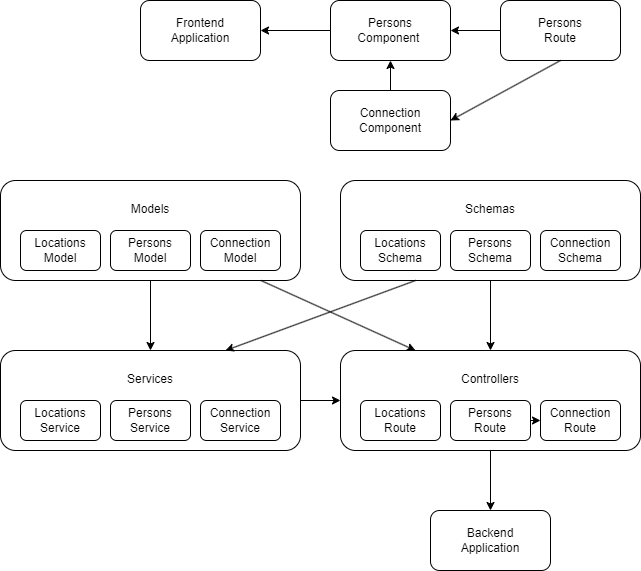
Earlier version of the draw.io export UdaConnect/DependencyGraph.png (ElenaKutanov/DataEngineerForAIApplications). Source tidied: cells renumbered, new cells last; positions are measured from the earlier drawing's top-left corner, leaving out a move shared by most shapes. The source it was exported from:
```xml
<mxGraphModel>
  <root>
    <mxCell id="0" />
    <mxCell id="1" parent="0" />
    <mxCell id="2" value="Models&lt;br&gt;&lt;br&gt;&lt;br&gt;&lt;br&gt;" style="rounded=1;whiteSpace=wrap;html=1;" parent="1" vertex="1">
      <mxGeometry y="180" width="300" height="100" as="geometry" />
    </mxCell>
    <mxCell id="3" value="Persons&lt;br&gt;Route" style="rounded=1;whiteSpace=wrap;html=1;" parent="1" vertex="1">
      <mxGeometry x="500" width="120" height="60" as="geometry" />
    </mxCell>
    <mxCell id="4" value="Persons&lt;br&gt;Component&amp;nbsp;" style="rounded=1;whiteSpace=wrap;html=1;" parent="1" vertex="1">
      <mxGeometry x="330" width="120" height="60" as="geometry" />
    </mxCell>
    <mxCell id="5" value="Connection&lt;br&gt;Component" style="rounded=1;whiteSpace=wrap;html=1;" parent="1" vertex="1">
      <mxGeometry x="330" y="90" width="120" height="60" as="geometry" />
    </mxCell>
    <mxCell id="6" value="Frontend&lt;br&gt;Application" style="rounded=1;whiteSpace=wrap;html=1;" parent="1" vertex="1">
      <mxGeometry x="140" width="120" height="60" as="geometry" />
    </mxCell>
    <mxCell id="7" style="endArrow=classic;html=1;rounded=0;exitX=0;exitY=0.5;exitDx=0;exitDy=0;entryX=1;entryY=0.5;entryDx=0;entryDy=0;" parent="1" edge="1" source="3" target="4">
      <mxGeometry relative="1" as="geometry" />
    </mxCell>
    <mxCell id="8" style="endArrow=classic;html=1;rounded=0;exitX=0.5;exitY=1;exitDx=0;exitDy=0;entryX=1;entryY=0.5;entryDx=0;entryDy=0;" parent="1" edge="1" source="3" target="5">
      <mxGeometry relative="1" as="geometry" />
    </mxCell>
    <mxCell id="9" style="endArrow=classic;html=1;rounded=0;" parent="1" edge="1" source="5">
      <mxGeometry relative="1" as="geometry">
        <mxPoint x="390" y="60" as="targetPoint" />
      </mxGeometry>
    </mxCell>
    <mxCell id="10" style="endArrow=classic;html=1;rounded=0;exitX=0;exitY=0.5;exitDx=0;exitDy=0;entryX=1;entryY=0.5;entryDx=0;entryDy=0;" parent="1" edge="1" source="4" target="6">
      <mxGeometry relative="1" as="geometry" />
    </mxCell>
    <mxCell id="11" value="Locations&lt;br&gt;Model" style="rounded=1;whiteSpace=wrap;html=1;" parent="1" vertex="1">
      <mxGeometry x="20" y="230" width="80" height="40" as="geometry" />
    </mxCell>
    <mxCell id="12" value="Persons&lt;br&gt;Model" style="rounded=1;whiteSpace=wrap;html=1;" parent="1" vertex="1">
      <mxGeometry x="110" y="230" width="80" height="40" as="geometry" />
    </mxCell>
    <mxCell id="13" value="Connection&lt;br&gt;Model" style="rounded=1;whiteSpace=wrap;html=1;" parent="1" vertex="1">
      <mxGeometry x="200" y="230" width="80" height="40" as="geometry" />
    </mxCell>
    <mxCell id="14" value="Schemas&lt;br&gt;&lt;br&gt;&lt;br&gt;&lt;br&gt;" style="rounded=1;whiteSpace=wrap;html=1;" parent="1" vertex="1">
      <mxGeometry x="340" y="180" width="300" height="100" as="geometry" />
    </mxCell>
    <mxCell id="15" value="Locations&lt;br&gt;Schema" style="rounded=1;whiteSpace=wrap;html=1;" parent="1" vertex="1">
      <mxGeometry x="360" y="230" width="80" height="40" as="geometry" />
    </mxCell>
    <mxCell id="16" value="Persons&lt;br&gt;Schema" style="rounded=1;whiteSpace=wrap;html=1;" parent="1" vertex="1">
      <mxGeometry x="450" y="230" width="80" height="40" as="geometry" />
    </mxCell>
    <mxCell id="17" value="Connection&lt;br&gt;Schema" style="rounded=1;whiteSpace=wrap;html=1;" parent="1" vertex="1">
      <mxGeometry x="540" y="230" width="80" height="40" as="geometry" />
    </mxCell>
    <mxCell id="18" value="Services&lt;br&gt;&lt;br&gt;&lt;br&gt;&lt;br&gt;" style="rounded=1;whiteSpace=wrap;html=1;" parent="1" vertex="1">
      <mxGeometry y="350" width="300" height="100" as="geometry" />
    </mxCell>
    <mxCell id="19" value="Locations&lt;br&gt;Service" style="rounded=1;whiteSpace=wrap;html=1;" parent="1" vertex="1">
      <mxGeometry x="20" y="400" width="80" height="40" as="geometry" />
    </mxCell>
    <mxCell id="20" value="Persons&lt;br&gt;Service" style="rounded=1;whiteSpace=wrap;html=1;" parent="1" vertex="1">
      <mxGeometry x="110" y="400" width="80" height="40" as="geometry" />
    </mxCell>
    <mxCell id="21" value="Connection&lt;br&gt;Service" style="rounded=1;whiteSpace=wrap;html=1;" parent="1" vertex="1">
      <mxGeometry x="200" y="400" width="80" height="40" as="geometry" />
    </mxCell>
    <mxCell id="22" style="endArrow=classic;html=1;rounded=0;entryX=0.5;entryY=0;entryDx=0;entryDy=0;exitX=0.5;exitY=1;exitDx=0;exitDy=0;" parent="1" edge="1" source="2" target="18">
      <mxGeometry relative="1" as="geometry" />
    </mxCell>
    <mxCell id="23" style="endArrow=classic;html=1;rounded=0;entryX=0.75;entryY=0;entryDx=0;entryDy=0;exitX=0.25;exitY=1;exitDx=0;exitDy=0;" parent="1" edge="1" source="14" target="18">
      <mxGeometry relative="1" as="geometry" />
    </mxCell>
    <mxCell id="24" value="Controllers&lt;br&gt;&lt;br&gt;&lt;br&gt;&lt;br&gt;" style="rounded=1;whiteSpace=wrap;html=1;" parent="1" vertex="1">
      <mxGeometry x="340" y="350" width="300" height="100" as="geometry" />
    </mxCell>
    <mxCell id="25" value="Locations&lt;br&gt;Route" style="rounded=1;whiteSpace=wrap;html=1;" parent="1" vertex="1">
      <mxGeometry x="360" y="400" width="80" height="40" as="geometry" />
    </mxCell>
    <mxCell id="26" value="Persons&lt;br&gt;Route" style="rounded=1;whiteSpace=wrap;html=1;" parent="1" vertex="1">
      <mxGeometry x="450" y="400" width="80" height="40" as="geometry" />
    </mxCell>
    <mxCell id="27" value="Connection&lt;br&gt;Route" style="rounded=1;whiteSpace=wrap;html=1;" parent="1" vertex="1">
      <mxGeometry x="540" y="400" width="80" height="40" as="geometry" />
    </mxCell>
    <mxCell id="28" value="Backend&lt;br&gt;Application" style="rounded=1;whiteSpace=wrap;html=1;" parent="1" vertex="1">
      <mxGeometry x="430" y="510" width="120" height="60" as="geometry" />
    </mxCell>
    <mxCell id="29" style="endArrow=classic;html=1;rounded=0;entryX=0;entryY=0.5;entryDx=0;entryDy=0;exitX=1;exitY=0.5;exitDx=0;exitDy=0;" parent="1" edge="1" source="26" target="27">
      <mxGeometry relative="1" as="geometry" />
    </mxCell>
    <mxCell id="30" style="endArrow=classic;html=1;rounded=0;exitX=0.5;exitY=1;exitDx=0;exitDy=0;entryX=0.5;entryY=0;entryDx=0;entryDy=0;" parent="1" edge="1" source="24" target="28">
      <mxGeometry relative="1" as="geometry" />
    </mxCell>
    <mxCell id="31" style="endArrow=classic;html=1;rounded=0;entryX=0.25;entryY=0;entryDx=0;entryDy=0;" parent="1" edge="1" source="2" target="24">
      <mxGeometry relative="1" as="geometry" />
    </mxCell>
    <mxCell id="32" style="endArrow=classic;html=1;rounded=0;exitX=0.5;exitY=1;exitDx=0;exitDy=0;entryX=0.5;entryY=0;entryDx=0;entryDy=0;" parent="1" edge="1" source="14" target="24">
      <mxGeometry relative="1" as="geometry" />
    </mxCell>
    <mxCell id="33" style="endArrow=classic;html=1;rounded=0;exitX=1;exitY=0.5;exitDx=0;exitDy=0;entryX=0;entryY=0.5;entryDx=0;entryDy=0;" parent="1" edge="1" source="18" target="24">
      <mxGeometry relative="1" as="geometry" />
    </mxCell>
  </root>
</mxGraphModel>
```
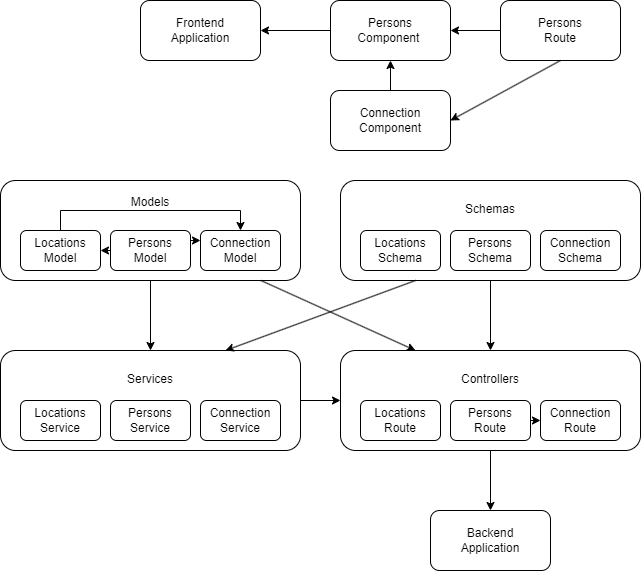
After the change.

The edit, as a diff of the source:
```diff
@@ -2,7 +2,7 @@
   <root>
     <mxCell id="0" />
     <mxCell id="1" parent="0" />
-    <mxCell id="2" value="Models&lt;br&gt;&lt;br&gt;&lt;br&gt;&lt;br&gt;" style="rounded=1;whiteSpace=wrap;html=1;" parent="1" vertex="1">
+    <mxCell id="2" value="Models&lt;br&gt;&lt;br&gt;&lt;br&gt;&lt;br&gt;&lt;br&gt;" style="rounded=1;whiteSpace=wrap;html=1;" parent="1" vertex="1">
       <mxGeometry y="180" width="300" height="100" as="geometry" />
     </mxCell>
     <mxCell id="3" value="Persons&lt;br&gt;Route" style="rounded=1;whiteSpace=wrap;html=1;" parent="1" vertex="1">
@@ -100,5 +100,19 @@
     <mxCell id="33" style="endArrow=classic;html=1;rounded=0;exitX=1;exitY=0.5;exitDx=0;exitDy=0;entryX=0;entryY=0.5;entryDx=0;entryDy=0;" parent="1" edge="1" source="18" target="24">
       <mxGeometry relative="1" as="geometry" />
     </mxCell>
+    <mxCell id="34" style="endArrow=classic;html=1;rounded=0;exitX=0;exitY=0.5;exitDx=0;exitDy=0;" parent="1" edge="1" source="12" target="11">
+      <mxGeometry relative="1" as="geometry" />
+    </mxCell>
+    <mxCell id="35" style="endArrow=classic;html=1;rounded=0;exitX=1;exitY=0.25;exitDx=0;exitDy=0;entryX=0;entryY=0.25;entryDx=0;entryDy=0;" parent="1" edge="1" source="12" target="13">
+      <mxGeometry relative="1" as="geometry" />
+    </mxCell>
+    <mxCell id="36" style="endArrow=classic;html=1;rounded=0;exitX=0.5;exitY=0;exitDx=0;exitDy=0;entryX=0.5;entryY=0;entryDx=0;entryDy=0;" parent="1" edge="1" source="11" target="13">
+      <mxGeometry relative="1" as="geometry">
+        <Array as="points">
+          <mxPoint x="60" y="210" />
+          <mxPoint x="240" y="210" />
+        </Array>
+      </mxGeometry>
+    </mxCell>
   </root>
 </mxGraphModel>
```
